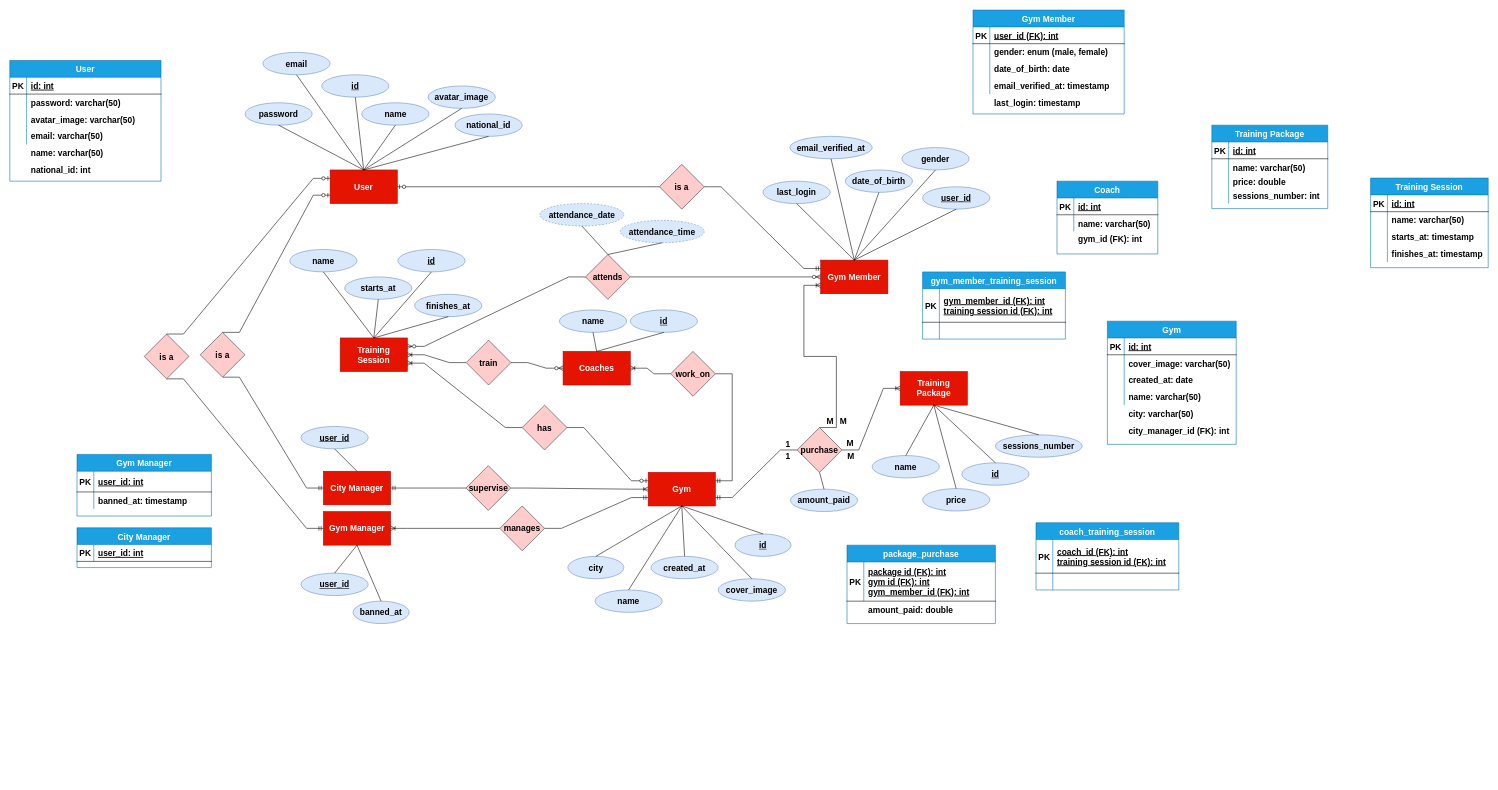
ahmedelshopaky/Laravel-Simple-Gym-System keeps this draw.io diagram as 00.utilities/gym.edited.drawio. Above is the earlier version. Source tidied: cells renumbered, new cells numbered last; positions are measured from the earlier drawing's top-left corner, leaving out a move shared by most shapes. Both pictures are drawn from the tidied source at 56%, with x=0, y=0 at pixel (10, 10).
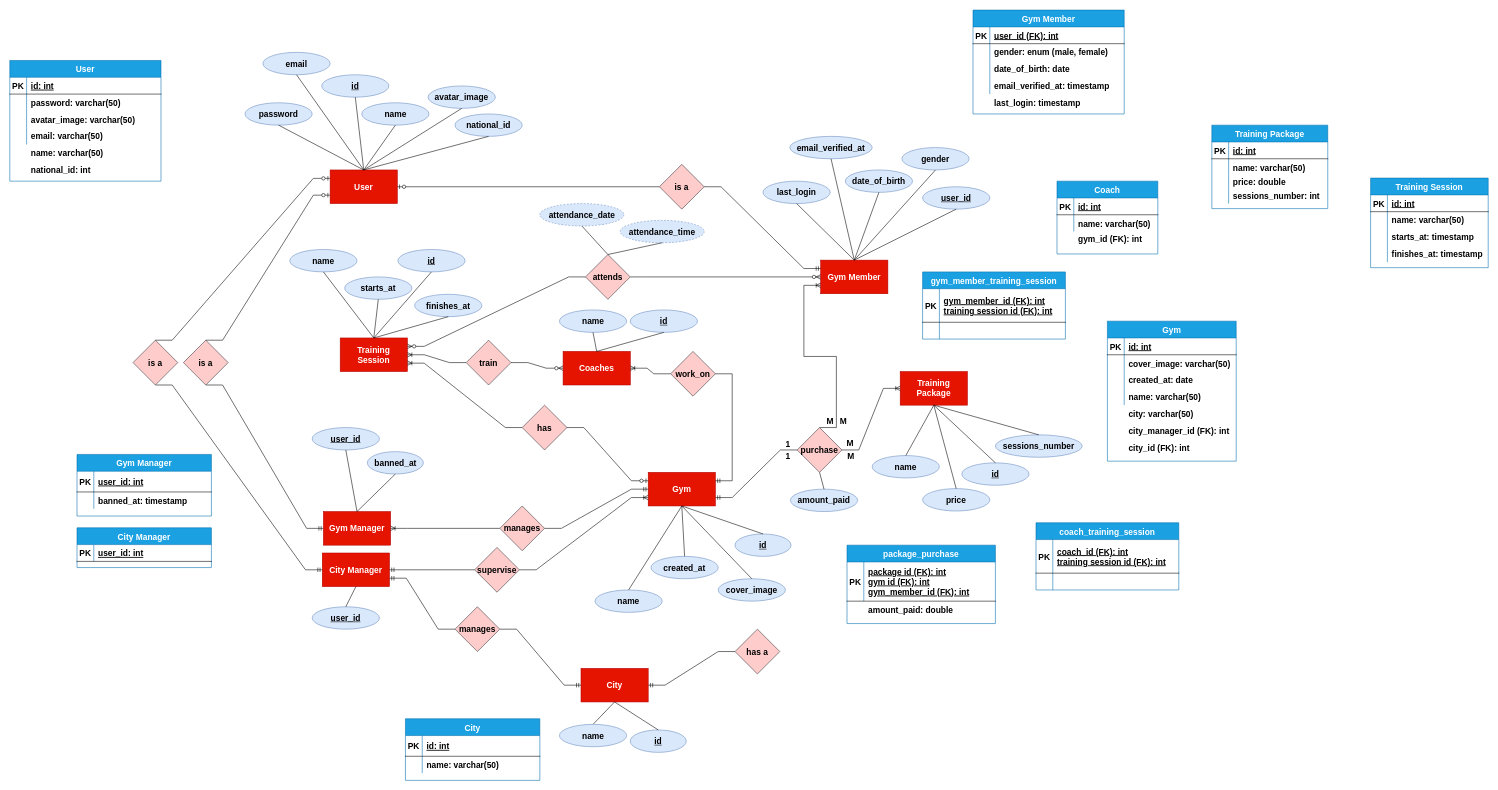
After the change.

The change refers to these unchanged cells:
```xml
<mxCell id="2" value="Gym" style="rounded=0;whiteSpace=wrap;html=1;fillColor=#e51400;strokeColor=#B20000;fontStyle=1;fontSize=15;fontFamily=Helvetica;fontColor=#ffffff;" parent="1" vertex="1">
  <mxGeometry x="1140" y="826" width="120" height="60" as="geometry" />
</mxCell>
<mxCell id="147" value="Gym Manager" style="rounded=0;whiteSpace=wrap;html=1;fillColor=#e51400;strokeColor=#B20000;fontStyle=1;fontSize=15;fontFamily=Helvetica;fontColor=#ffffff;" parent="1" vertex="1">
  <mxGeometry x="560" y="896" width="120" height="60" as="geometry" />
</mxCell>
<mxCell id="149" value="manages" style="rhombus;whiteSpace=wrap;html=1;fillColor=#ffcccc;strokeColor=#36393d;fontStyle=1;fontSize=15;fontFamily=Helvetica;" parent="1" vertex="1">
  <mxGeometry x="875" y="886" width="80" height="80" as="geometry" />
</mxCell>
<mxCell id="189" value="User" style="rounded=0;whiteSpace=wrap;html=1;fillColor=#e51400;strokeColor=#B20000;fontStyle=1;fontSize=15;fontFamily=Helvetica;fontColor=#ffffff;" parent="1" vertex="1">
  <mxGeometry x="572" y="286" width="120" height="60" as="geometry" />
</mxCell>
```

Change to the diagram source:
```diff
@@
     <mxCell id="5" value="City Manager" style="rounded=0;whiteSpace=wrap;html=1;fillColor=#e51400;strokeColor=#B20000;fontStyle=1;fontSize=15;fontFamily=Helvetica;fontColor=#ffffff;" parent="1" vertex="1">
-      <mxGeometry x="560" y="824" width="120" height="60" as="geometry" />
+      <mxGeometry x="558" y="970" width="120" height="60" as="geometry" />
     </mxCell>
@@
     <mxCell id="49" value="supervise" style="rhombus;whiteSpace=wrap;html=1;fillColor=#ffcccc;strokeColor=#36393d;fontStyle=1;fontSize=15;fontFamily=Helvetica;" parent="1" vertex="1">
-      <mxGeometry x="814.5" y="814" width="80" height="80" as="geometry" />
+      <mxGeometry x="830" y="960" width="80" height="80" as="geometry" />
     </mxCell>
@@
     <mxCell id="72" value="Gym" style="shape=table;startSize=30;childLayout=tableLayout;rowLines=0;fontStyle=1;align=center;fillColor=#1ba1e2;fontColor=#ffffff;strokeColor=#006EAF;fontSize=15;fontFamily=Helvetica;" parent="1" vertex="1">
-      <mxGeometry x="1960" y="556" width="230" height="220" as="geometry" />
+      <mxGeometry x="1960" y="556" width="230" height="250" as="geometry" />
     </mxCell>
@@
-    <mxCell id="139" value="city" style="ellipse;whiteSpace=wrap;html=1;align=center;fontSize=15;fontStyle=1;fillColor=#dae8fc;strokeColor=#6c8ebf;fontFamily=Helvetica;" parent="1" vertex="1">
-      <mxGeometry x="996.5" y="976" width="100" height="40" as="geometry" />
-    </mxCell>
-    <mxCell id="140" style="endArrow=none;html=1;rounded=0;exitX=0.5;exitY=0;exitDx=0;exitDy=0;fontStyle=1;fontSize=15;entryX=0.5;entryY=1;entryDx=0;entryDy=0;fontFamily=Helvetica;" parent="1" edge="1" source="139" target="2">
+    <mxCell id="140" style="endArrow=none;html=1;rounded=0;exitX=0.5;exitY=0;exitDx=0;exitDy=0;fontStyle=1;fontSize=15;entryX=0.5;entryY=1;entryDx=0;entryDy=0;fontFamily=Helvetica;" parent="1" edge="1" source="220" target="219">
       <mxGeometry relative="1" as="geometry" />
     </mxCell>
@@
-    <mxCell id="146" style="edgeStyle=entityRelationEdgeStyle;fontSize=15;html=1;endArrow=ERoneToMany;startArrow=none;rounded=0;exitX=1;exitY=0.5;exitDx=0;exitDy=0;fontStyle=1;entryX=0;entryY=0.5;entryDx=0;entryDy=0;fontFamily=Helvetica;" parent="1" edge="1" source="49" target="2">
+    <mxCell id="146" style="edgeStyle=entityRelationEdgeStyle;fontSize=15;html=1;endArrow=ERoneToMany;startArrow=none;rounded=0;exitX=1;exitY=0.5;exitDx=0;exitDy=0;fontStyle=1;fontFamily=Helvetica;entryX=0;entryY=0.75;entryDx=0;entryDy=0;" parent="1" edge="1" source="49" target="2">
       <mxGeometry relative="1" as="geometry" />
     </mxCell>
@@
-    <mxCell id="151" style="edgeStyle=entityRelationEdgeStyle;fontSize=15;html=1;endArrow=none;startArrow=ERmandOne;rounded=0;entryX=1;entryY=0.5;entryDx=0;entryDy=0;exitX=0;exitY=0.75;exitDx=0;exitDy=0;fontStyle=1;fontFamily=Helvetica;" parent="1" edge="1" source="2" target="149">
+    <mxCell id="151" style="edgeStyle=entityRelationEdgeStyle;fontSize=15;html=1;endArrow=none;startArrow=ERmandOne;rounded=0;entryX=1;entryY=0.5;entryDx=0;entryDy=0;exitX=0;exitY=0.5;exitDx=0;exitDy=0;fontStyle=1;fontFamily=Helvetica;" parent="1" edge="1" source="2" target="149">
       <mxGeometry relative="1" as="geometry" />
     </mxCell>
@@
     <mxCell id="175" value="&lt;u&gt;user_id&lt;/u&gt;" style="ellipse;whiteSpace=wrap;html=1;fontStyle=1;fontSize=15;fillColor=#dae8fc;strokeColor=#6c8ebf;fontFamily=Helvetica;" parent="1" vertex="1">
-      <mxGeometry x="520" y="744" width="120" height="40" as="geometry" />
+      <mxGeometry x="540" y="1066" width="120" height="40" as="geometry" />
     </mxCell>
-    <mxCell id="176" style="endArrow=none;html=1;rounded=0;exitX=0.5;exitY=1;exitDx=0;exitDy=0;fontStyle=1;fontSize=15;fontFamily=Helvetica;entryX=0.5;entryY=0;entryDx=0;entryDy=0;" parent="1" edge="1" source="175" target="5">
+    <mxCell id="176" style="endArrow=none;html=1;rounded=0;exitX=0.5;exitY=0;exitDx=0;exitDy=0;fontStyle=1;fontSize=15;fontFamily=Helvetica;entryX=0.5;entryY=1;entryDx=0;entryDy=0;" parent="1" edge="1" source="175" target="5">
       <mxGeometry relative="1" as="geometry" />
     </mxCell>
     <mxCell id="177" value="&lt;u&gt;user_id&lt;/u&gt;" style="ellipse;whiteSpace=wrap;html=1;fontStyle=1;fontSize=15;fillColor=#dae8fc;strokeColor=#6c8ebf;fontFamily=Helvetica;" parent="1" vertex="1">
-      <mxGeometry x="520" y="1006" width="120" height="40" as="geometry" />
+      <mxGeometry x="540" y="746" width="120" height="40" as="geometry" />
     </mxCell>
-    <mxCell id="178" style="endArrow=none;html=1;rounded=0;exitX=0.5;exitY=0;exitDx=0;exitDy=0;fontStyle=1;fontSize=15;fontFamily=Helvetica;entryX=0.5;entryY=1;entryDx=0;entryDy=0;" parent="1" edge="1" source="177" target="147">
+    <mxCell id="178" style="endArrow=none;html=1;rounded=0;exitX=0.5;exitY=1;exitDx=0;exitDy=0;fontStyle=1;fontSize=15;fontFamily=Helvetica;entryX=0.5;entryY=0;entryDx=0;entryDy=0;" parent="1" edge="1" source="177" target="147">
       <mxGeometry relative="1" as="geometry" />
     </mxCell>
@@
     <mxCell id="180" value="is a" style="rhombus;whiteSpace=wrap;html=1;fillColor=#ffcccc;strokeColor=#36393d;fontStyle=1;fontSize=15;fontFamily=Helvetica;" parent="1" vertex="1">
-      <mxGeometry x="340" y="576" width="80" height="80" as="geometry" />
+      <mxGeometry x="220" y="590" width="80" height="80" as="geometry" />
     </mxCell>
@@
     <mxCell id="182" value="is a" style="rhombus;whiteSpace=wrap;html=1;fillColor=#ffcccc;strokeColor=#36393d;fontStyle=1;fontSize=15;fontFamily=Helvetica;" parent="1" vertex="1">
-      <mxGeometry x="240" y="579" width="80" height="80" as="geometry" />
+      <mxGeometry x="310" y="590" width="80" height="80" as="geometry" />
     </mxCell>
@@
     <mxCell id="198" value="banned_at" style="ellipse;whiteSpace=wrap;html=1;align=center;fontSize=15;fontStyle=1;fillColor=#dae8fc;strokeColor=#6c8ebf;fontFamily=Helvetica;" parent="1" vertex="1">
-      <mxGeometry x="613" y="1056" width="100" height="40" as="geometry" />
+      <mxGeometry x="638.5" y="789" width="100" height="40" as="geometry" />
     </mxCell>
-    <mxCell id="199" style="endArrow=none;html=1;rounded=0;entryX=0.5;entryY=1;entryDx=0;entryDy=0;exitX=0.5;exitY=0;exitDx=0;exitDy=0;" parent="1" edge="1" source="198" target="147">
+    <mxCell id="199" style="endArrow=none;html=1;rounded=0;entryX=0.5;entryY=0;entryDx=0;entryDy=0;exitX=0.5;exitY=1;exitDx=0;exitDy=0;" parent="1" edge="1" source="198" target="147">
       <mxGeometry relative="1" as="geometry" />
     </mxCell>
@@
-    <mxCell id="201" style="edgeStyle=entityRelationEdgeStyle;fontSize=12;html=1;endArrow=ERzeroToOne;endFill=1;rounded=0;entryX=0;entryY=0.75;entryDx=0;entryDy=0;exitX=0.5;exitY=0;exitDx=0;exitDy=0;" parent="1" edge="1" source="180" target="189">
+    <mxCell id="201" style="edgeStyle=entityRelationEdgeStyle;fontSize=12;html=1;endArrow=ERzeroToOne;endFill=1;rounded=0;exitX=0.5;exitY=0;exitDx=0;exitDy=0;entryX=0;entryY=0.25;entryDx=0;entryDy=0;" parent="1" edge="1" source="180" target="189">
       <mxGeometry relative="1" as="geometry" />
     </mxCell>
-    <mxCell id="202" style="edgeStyle=entityRelationEdgeStyle;fontSize=12;html=1;endArrow=ERzeroToOne;endFill=1;rounded=0;entryX=0;entryY=0.25;entryDx=0;entryDy=0;exitX=0.5;exitY=0;exitDx=0;exitDy=0;" parent="1" edge="1" source="182" target="189">
+    <mxCell id="202" style="edgeStyle=entityRelationEdgeStyle;fontSize=12;html=1;endArrow=ERzeroToOne;endFill=1;rounded=0;entryX=0;entryY=0.75;entryDx=0;entryDy=0;exitX=0.5;exitY=0;exitDx=0;exitDy=0;" parent="1" edge="1" source="182" target="189">
       <mxGeometry relative="1" as="geometry" />
     </mxCell>
@@
+    <mxCell id="219" value="City" style="rounded=0;whiteSpace=wrap;html=1;fillColor=#e51400;strokeColor=#B20000;fontStyle=1;fontSize=15;fontFamily=Helvetica;fontColor=#ffffff;" parent="1" vertex="1">
+      <mxGeometry x="1020" y="1176" width="120" height="60" as="geometry" />
+    </mxCell>
+    <mxCell id="220" value="name" style="ellipse;whiteSpace=wrap;html=1;fontStyle=1;fontSize=15;fillColor=#dae8fc;strokeColor=#6c8ebf;fontFamily=Helvetica;" parent="1" vertex="1">
+      <mxGeometry x="981.5" y="1276" width="120" height="40" as="geometry" />
+    </mxCell>
+    <mxCell id="221" value="id" style="ellipse;whiteSpace=wrap;html=1;align=center;fontStyle=5;fontSize=15;fillColor=#dae8fc;strokeColor=#6c8ebf;fontFamily=Helvetica;" parent="1" vertex="1">
+      <mxGeometry x="1108" y="1286" width="100" height="40" as="geometry" />
+    </mxCell>
+    <mxCell id="222" style="endArrow=none;html=1;rounded=0;exitX=0.5;exitY=1;exitDx=0;exitDy=0;fontStyle=1;fontSize=15;entryX=0.5;entryY=0;entryDx=0;entryDy=0;fontFamily=Helvetica;" parent="1" edge="1" source="219" target="221">
+      <mxGeometry relative="1" as="geometry" />
+    </mxCell>
+    <mxCell id="223" style="edgeStyle=entityRelationEdgeStyle;fontSize=15;html=1;endArrow=none;startArrow=ERmandOne;rounded=0;exitX=1;exitY=0.75;exitDx=0;exitDy=0;fontStyle=1;fontFamily=Helvetica;entryX=0;entryY=0.5;entryDx=0;entryDy=0;" parent="1" edge="1" source="5" target="226">
+      <mxGeometry relative="1" as="geometry" />
+    </mxCell>
+    <mxCell id="224" style="edgeStyle=entityRelationEdgeStyle;fontSize=15;html=1;endArrow=none;startArrow=ERmandOne;rounded=0;fontStyle=1;fontFamily=Helvetica;exitX=1;exitY=0.5;exitDx=0;exitDy=0;entryX=0;entryY=0.5;entryDx=0;entryDy=0;" parent="1" edge="1" source="219" target="227">
+      <mxGeometry relative="1" as="geometry" />
+    </mxCell>
+    <mxCell id="225" style="edgeStyle=entityRelationEdgeStyle;fontSize=12;html=1;endArrow=ERmandOne;startArrow=none;rounded=0;entryX=0;entryY=0.5;entryDx=0;entryDy=0;exitX=1;exitY=0.5;exitDx=0;exitDy=0;" parent="1" edge="1" source="226" target="219">
+      <mxGeometry relative="1" as="geometry" />
+    </mxCell>
+    <mxCell id="226" value="manages" style="rhombus;whiteSpace=wrap;html=1;fillColor=#ffcccc;strokeColor=#36393d;fontStyle=1;fontSize=15;fontFamily=Helvetica;" parent="1" vertex="1">
+      <mxGeometry x="795" y="1066" width="80" height="80" as="geometry" />
+    </mxCell>
+    <mxCell id="227" value="has a" style="rhombus;whiteSpace=wrap;html=1;fillColor=#ffcccc;strokeColor=#36393d;fontStyle=1;fontSize=15;fontFamily=Helvetica;" parent="1" vertex="1">
+      <mxGeometry x="1295" y="1106" width="80" height="80" as="geometry" />
+    </mxCell>
+    <mxCell id="228" value="City" style="shape=table;startSize=30;childLayout=tableLayout;rowLines=0;fontStyle=1;align=center;fillColor=#1ba1e2;fontColor=#ffffff;strokeColor=#006EAF;fontSize=15;fontFamily=Helvetica;" parent="1" vertex="1">
+      <mxGeometry x="706.5" y="1266" width="240" height="110" as="geometry" />
+    </mxCell>
+    <mxCell id="229" style="shape=tableRow;horizontal=0;startSize=0;swimlaneHead=0;swimlaneBody=0;fillColor=none;top=0;left=0;right=0;bottom=1;fontSize=15;fontStyle=1;fontFamily=Helvetica;" parent="228" vertex="1">
+      <mxGeometry y="30" width="240" height="37" as="geometry" />
+    </mxCell>
+    <mxCell id="230" value="PK" style="shape=partialRectangle;fillColor=none;top=0;left=0;bottom=0;right=0;fontStyle=1;overflow=hidden;fontSize=15;fontFamily=Helvetica;" parent="229" vertex="1">
+      <mxGeometry width="30" height="37" as="geometry" />
+    </mxCell>
+    <mxCell id="231" value="id: int" style="shape=partialRectangle;fillColor=none;top=0;left=0;bottom=0;right=0;align=left;spacingLeft=6;fontStyle=5;overflow=hidden;fontSize=15;fontFamily=Helvetica;" parent="229" vertex="1">
+      <mxGeometry x="30" width="210" height="37" as="geometry" />
+    </mxCell>
+    <mxCell id="232" style="shape=tableRow;horizontal=0;startSize=0;swimlaneHead=0;swimlaneBody=0;fillColor=none;top=0;left=0;right=0;bottom=0;fontSize=15;fontStyle=1;fontFamily=Helvetica;" parent="228" vertex="1">
+      <mxGeometry y="67" width="240" height="30" as="geometry" />
+    </mxCell>
+    <mxCell id="233" style="shape=partialRectangle;fillColor=none;top=0;left=0;bottom=0;right=0;overflow=hidden;fontSize=15;fontStyle=1;fontFamily=Helvetica;" parent="232" vertex="1">
+      <mxGeometry width="30" height="30" as="geometry" />
+    </mxCell>
+    <mxCell id="234" value="name: varchar(50)" style="shape=partialRectangle;fillColor=none;top=0;left=0;bottom=0;right=0;align=left;spacingLeft=6;overflow=hidden;fontSize=15;fontStyle=1;fontFamily=Helvetica;" parent="232" vertex="1">
+      <mxGeometry x="30" width="210" height="30" as="geometry" />
+    </mxCell>
+    <mxCell id="235" value="city_id (FK): int" style="shape=partialRectangle;fillColor=none;top=0;left=0;bottom=0;right=0;align=left;spacingLeft=6;overflow=hidden;fontSize=15;fontStyle=1;fontFamily=Helvetica;" parent="1" vertex="1">
+      <mxGeometry x="1990" y="766" width="190" height="30" as="geometry" />
+    </mxCell>
```
